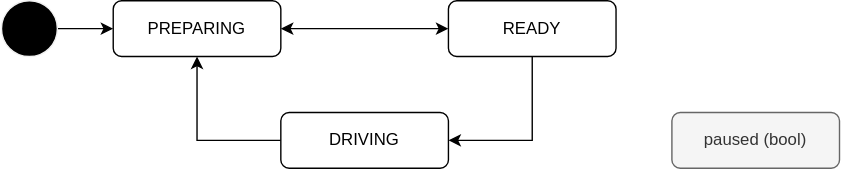
Above: pr-7/design/autoware-interfaces/ad-api/features/driving-state.drawio.svg in tier4/autoware-documentation (draw.io), before the change. Source tidied: cells renumbered, new cells last; positions are measured from the earlier drawing's top-left corner, leaving out a move shared by most shapes.
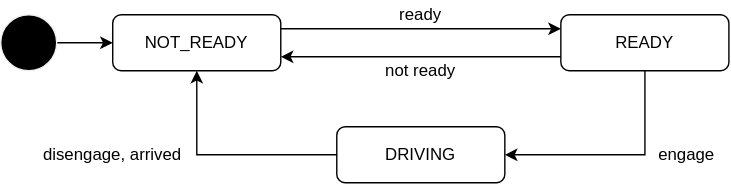
The same file after the commit.

Diff of the diagram source:
```diff
@@ -8,25 +8,35 @@
     <mxCell id="3" style="shape=ellipse;html=1;fillColor=#000000;fontSize=18;fontColor=#ffffff;strokeColor=#F0F0F0;" parent="1" vertex="1">
       <mxGeometry width="40" height="40" as="geometry" />
     </mxCell>
-    <mxCell id="4" style="edgeStyle=orthogonalEdgeStyle;rounded=0;jettySize=auto;html=1;startArrow=classic;startFill=1;" parent="1" edge="1" source="5" target="7">
-      <mxGeometry relative="1" as="geometry" />
+    <mxCell id="4" style="edgeStyle=orthogonalEdgeStyle;rounded=0;jettySize=auto;html=1;startArrow=none;startFill=0;" parent="1" edge="1" source="5" target="7">
+      <mxGeometry relative="1" as="geometry">
+        <Array as="points">
+          <mxPoint x="260" y="10" />
+          <mxPoint x="260" y="10" />
+        </Array>
+      </mxGeometry>
     </mxCell>
-    <mxCell id="5" value="PREPARING" style="rounded=1;whiteSpace=wrap;html=1;" parent="1" vertex="1">
+    <mxCell id="5" value="NOT_READY" style="rounded=1;whiteSpace=wrap;html=1;" parent="1" vertex="1">
       <mxGeometry x="80" width="120" height="40" as="geometry" />
     </mxCell>
     <mxCell id="6" style="edgeStyle=orthogonalEdgeStyle;html=1;rounded=0;" parent="1" edge="1" source="7" target="10">
       <mxGeometry relative="1" as="geometry">
         <Array as="points">
-          <mxPoint x="380" y="100" />
+          <mxPoint x="460" y="100" />
         </Array>
       </mxGeometry>
     </mxCell>
+    <mxCell id="11" style="edgeStyle=orthogonalEdgeStyle;html=1;startArrow=none;startFill=0;rounded=0;" parent="1" edge="1" source="7" target="5">
+      <mxGeometry relative="1" as="geometry">
+        <Array as="points">
+          <mxPoint x="260" y="30" />
+          <mxPoint x="260" y="30" />
+        </Array>
+      </mxGeometry>
+    </mxCell>
     <mxCell id="7" value="READY" style="rounded=1;whiteSpace=wrap;html=1;" parent="1" vertex="1">
-      <mxGeometry x="320" width="120" height="40" as="geometry" />
+      <mxGeometry x="400" width="120" height="40" as="geometry" />
     </mxCell>
-    <mxCell id="8" value="paused (bool)" style="rounded=1;whiteSpace=wrap;html=1;fillColor=#f5f5f5;fontColor=#333333;strokeColor=#666666;" parent="1" vertex="1">
-      <mxGeometry x="480" y="80" width="120" height="40" as="geometry" />
-    </mxCell>
     <mxCell id="9" style="edgeStyle=orthogonalEdgeStyle;rounded=0;html=1;" parent="1" edge="1" source="10" target="5">
       <mxGeometry relative="1" as="geometry">
         <Array as="points">
@@ -35,7 +45,19 @@
       </mxGeometry>
     </mxCell>
     <mxCell id="10" value="&lt;span&gt;DRIVING&lt;/span&gt;" style="rounded=1;whiteSpace=wrap;html=1;" parent="1" vertex="1">
-      <mxGeometry x="200" y="80" width="120" height="40" as="geometry" />
+      <mxGeometry x="240" y="80" width="120" height="40" as="geometry" />
     </mxCell>
+    <mxCell id="12" value="&lt;span&gt;disengage, arrived&lt;/span&gt;" style="text;html=1;strokeColor=none;fillColor=none;align=center;verticalAlign=middle;whiteSpace=wrap;rounded=0;" parent="1" vertex="1">
+      <mxGeometry x="20" y="90" width="120" height="20" as="geometry" />
+    </mxCell>
+    <mxCell id="13" value="&lt;span&gt;engage&lt;/span&gt;" style="text;html=1;strokeColor=none;fillColor=none;align=center;verticalAlign=middle;whiteSpace=wrap;rounded=0;" parent="1" vertex="1">
+      <mxGeometry x="460" y="90" width="60" height="20" as="geometry" />
+    </mxCell>
+    <mxCell id="14" value="&lt;span&gt;not ready&lt;/span&gt;" style="text;html=1;strokeColor=none;fillColor=none;align=center;verticalAlign=middle;whiteSpace=wrap;rounded=0;" parent="1" vertex="1">
+      <mxGeometry x="270" y="30" width="60" height="20" as="geometry" />
+    </mxCell>
+    <mxCell id="15" value="&lt;span&gt;ready&lt;/span&gt;" style="text;html=1;strokeColor=none;fillColor=none;align=center;verticalAlign=middle;whiteSpace=wrap;rounded=0;" parent="1" vertex="1">
+      <mxGeometry x="270" y="-10" width="60" height="20" as="geometry" />
+    </mxCell>
   </root>
 </mxGraphModel>
```
